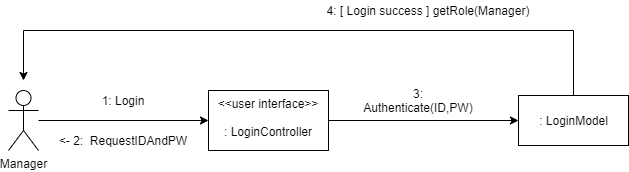
distroytest/KNUSD-20202-Team05 keeps this draw.io diagram as 상세명세서/Behavioral Model/communication diagram/로그인 communication diagram.png. Above is the earlier version. Source tidied: cells renumbered, new cells last; positions are measured from the earlier drawing's top-left corner, leaving out a move shared by most shapes.
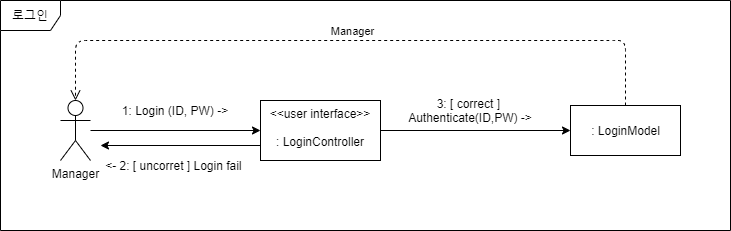
Above is the later version.

What changed in the source:
```diff
@@ -11,32 +11,37 @@
     <mxCell id="4" style="edgeStyle=orthogonalEdgeStyle;rounded=0;jettySize=auto;html=1;exitX=1;exitY=0.5;exitDx=0;exitDy=0;entryX=0;entryY=0.5;entryDx=0;entryDy=0;" parent="1" edge="1" source="5" target="9">
       <mxGeometry relative="1" as="geometry" />
     </mxCell>
+    <mxCell id="12" style="edgeStyle=orthogonalEdgeStyle;rounded=0;jettySize=auto;html=1;exitX=0;exitY=0.75;exitDx=0;exitDy=0;" parent="1" edge="1" source="5">
+      <mxGeometry relative="1" as="geometry">
+        <mxPoint x="40" y="135" as="targetPoint" />
+      </mxGeometry>
+    </mxCell>
     <mxCell id="5" value="&amp;lt;&amp;lt;user interface&amp;gt;&amp;gt;&lt;br&gt;&lt;br&gt;: LoginController" style="whiteSpace=wrap;html=1;verticalAlign=top;" parent="1" vertex="1">
       <mxGeometry x="200" y="90" width="120" height="60" as="geometry" />
     </mxCell>
-    <mxCell id="6" value="1: Login" style="text;html=1;strokeColor=none;fillColor=none;align=center;verticalAlign=middle;whiteSpace=wrap;rounded=0;" parent="1" vertex="1">
+    <mxCell id="6" value="1: Login (ID, PW) -&amp;gt;" style="text;html=1;strokeColor=none;fillColor=none;align=center;verticalAlign=middle;whiteSpace=wrap;rounded=0;" parent="1" vertex="1">
       <mxGeometry x="30" y="90" width="170" height="20" as="geometry" />
     </mxCell>
-    <mxCell id="7" value="&amp;lt;- 2:&amp;nbsp; RequestIDAndPW" style="text;html=1;strokeColor=none;fillColor=none;align=center;verticalAlign=middle;whiteSpace=wrap;rounded=0;" parent="1" vertex="1">
-      <mxGeometry x="30" y="130" width="170" height="20" as="geometry" />
-    </mxCell>
-    <mxCell id="8" style="edgeStyle=orthogonalEdgeStyle;rounded=0;jettySize=auto;html=1;" parent="1" edge="1" source="9">
-      <mxGeometry relative="1" as="geometry">
-        <mxPoint x="15" y="80" as="targetPoint" />
-        <Array as="points">
-          <mxPoint x="565" y="30" />
-          <mxPoint x="15" y="30" />
-        </Array>
-      </mxGeometry>
-    </mxCell>
     <mxCell id="9" value=": LoginModel" style="html=1;" parent="1" vertex="1">
       <mxGeometry x="510" y="95" width="110" height="50" as="geometry" />
     </mxCell>
-    <mxCell id="10" value="3: Authenticate(ID,PW)" style="text;html=1;strokeColor=none;fillColor=none;align=center;verticalAlign=middle;whiteSpace=wrap;rounded=0;" parent="1" vertex="1">
-      <mxGeometry x="360" y="90" width="100" height="20" as="geometry" />
+    <mxCell id="10" value="3: [ correct ]&amp;nbsp; Authenticate(ID,PW) -&amp;gt;" style="text;html=1;strokeColor=none;fillColor=none;align=center;verticalAlign=middle;whiteSpace=wrap;rounded=0;" parent="1" vertex="1">
+      <mxGeometry x="330" y="90" width="160" height="20" as="geometry" />
     </mxCell>
-    <mxCell id="11" value="4: [ Login success ] getRole(Manager)" style="text;html=1;strokeColor=none;fillColor=none;align=center;verticalAlign=middle;whiteSpace=wrap;rounded=0;" parent="1" vertex="1">
-      <mxGeometry x="300" width="240" height="20" as="geometry" />
-    </mxCell>
+    <mxCell id="13" value="Manager" style="html=1;verticalAlign=bottom;endArrow=open;dashed=1;endSize=8;exitX=0.5;exitY=0;exitDx=0;exitDy=0;entryX=0.5;entryY=0;entryDx=0;entryDy=0;entryPerimeter=0;" parent="1" edge="1" source="9" target="3">
+      <mxGeometry relative="1" as="geometry">
+        <Array as="points">
+          <mxPoint x="565" y="30" />
+          <mxPoint x="550" y="30" />
+          <mxPoint x="15" y="30" />
+        </Array>
+      </mxGeometry>
+    </mxCell>
+    <mxCell id="14" value="&amp;lt;- 2: [ uncorret ] Login fail&amp;nbsp;" style="text;html=1;strokeColor=none;fillColor=none;align=center;verticalAlign=middle;whiteSpace=wrap;rounded=0;" parent="1" vertex="1">
+      <mxGeometry x="40" y="145" width="150" height="20" as="geometry" />
+    </mxCell>
+    <mxCell id="15" value="로그인" style="shape=umlFrame;whiteSpace=wrap;html=1;" parent="1" vertex="1">
+      <mxGeometry x="-60" y="-10" width="730" height="230" as="geometry" />
+    </mxCell>
   </root>
 </mxGraphModel>
```
